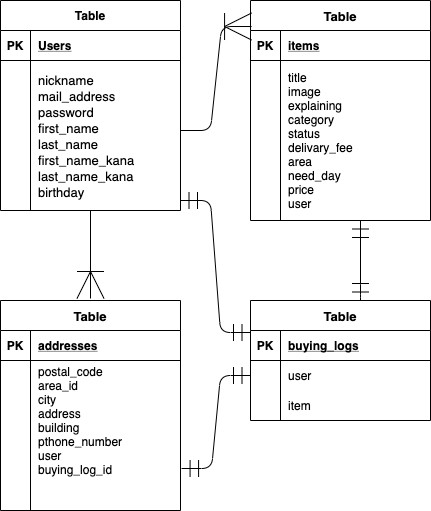
Before: ER.dio.png, a diagram exported from draw.io (MerukuLyrical/furima-32472). Source tidied: cells renumbered, new cells last; positions are measured from the earlier drawing's top-left corner, leaving out a move shared by most shapes.
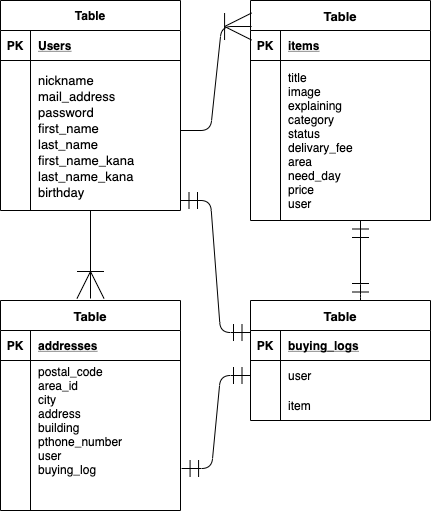
After the change.

Commit message:
README作成　修正版6

Diff of the diagram source:
```diff
@@ -83,7 +83,7 @@
     <mxCell id="28" style="shape=partialRectangle;fillColor=none;top=0;left=0;bottom=0;right=0;overflow=hidden;" parent="27" vertex="1">
       <mxGeometry width="30" height="120" as="geometry" />
     </mxCell>
-    <mxCell id="29" value="postal_code&#10;area_id&#10;city&#10;address&#10;building&#10;pthone_number&#10;user&#10;buying_log_id" style="shape=partialRectangle;fillColor=none;top=0;left=0;bottom=0;right=0;align=left;spacingLeft=6;overflow=hidden;" parent="27" vertex="1">
+    <mxCell id="29" value="postal_code&#10;area_id&#10;city&#10;address&#10;building&#10;pthone_number&#10;user&#10;buying_log" style="shape=partialRectangle;fillColor=none;top=0;left=0;bottom=0;right=0;align=left;spacingLeft=6;overflow=hidden;" parent="27" vertex="1">
       <mxGeometry x="30" width="150" height="120" as="geometry" />
     </mxCell>
     <mxCell id="30" value="Table" style="shape=table;startSize=30;rowLines=0;fontStyle=1;align=center;fontSize=13;" parent="1" vertex="1">
```
